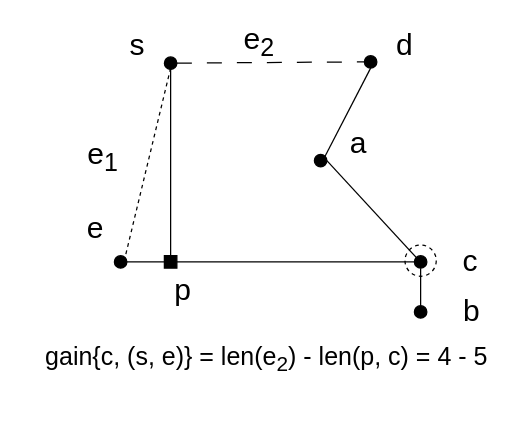
Earlier version of the draw.io diagram page "Homewrok7_4" (7 of 10) of images/ECE6133.drawio (1102131860/ECE6133). Source tidied: cells renumbered, new cells numbered last; positions are measured from the earlier drawing's top-left corner, leaving out a move shared by most shapes. Both pictures are drawn from the tidied source at 125%, with x=0, y=0 at pixel (22, 22).
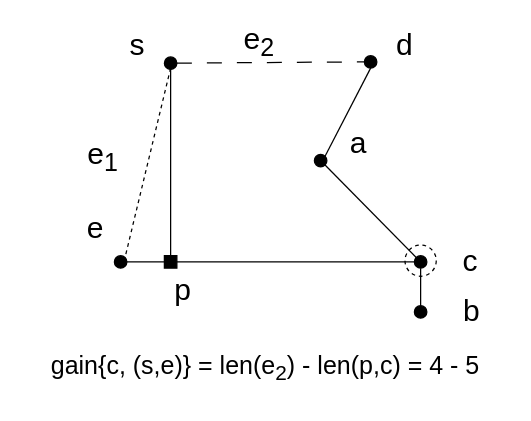
Above is the later version.

Unchanged cells that the change refers to:
```xml
<mxCell id="5" style="ellipse;whiteSpace=wrap;html=1;fillColor=#000000;" parent="1" vertex="1">
  <mxGeometry x="233" y="105" width="10" height="10" as="geometry" />
</mxCell>
<mxCell id="10" style="ellipse;whiteSpace=wrap;html=1;fillColor=#000000;" parent="1" vertex="1">
  <mxGeometry x="313" y="186" width="10" height="10" as="geometry" />
</mxCell>
```

What changed in the source:
```diff
@@
-    <mxCell id="2" style="endArrow=none;html=1;rounded=0;exitX=1;exitY=0.5;exitDx=0;exitDy=0;entryX=0;entryY=0;entryDx=0;entryDy=0;" parent="1" edge="1" source="5" target="10">
+    <mxCell id="2" style="endArrow=none;html=1;rounded=0;exitX=1;exitY=1;exitDx=0;exitDy=0;entryX=0;entryY=0;entryDx=0;entryDy=0;" parent="1" edge="1" source="5" target="10">
       <mxGeometry relative="1" as="geometry" />
     </mxCell>
@@
-    <mxCell id="20" value="&lt;font style=&quot;font-size: 20px;&quot;&gt;gain{c, (s, e)} = len(e&lt;sub style=&quot;&quot;&gt;2&lt;/sub&gt;) - len(p, c)&amp;nbsp;= 4 - 5&lt;/font&gt;" style="text;html=1;align=center;verticalAlign=middle;whiteSpace=wrap;rounded=0;" parent="1" vertex="1">
-      <mxGeometry y="243.5" width="390" height="50" as="geometry" />
+    <mxCell id="20" value="&lt;font style=&quot;font-size: 20px;&quot;&gt;gain{c, (s,e)} = len(e&lt;sub style=&quot;&quot;&gt;2&lt;/sub&gt;) - len(p,c)&amp;nbsp;= 4 - 5&lt;/font&gt;" style="text;html=1;align=center;verticalAlign=middle;whiteSpace=wrap;rounded=0;" parent="1" vertex="1">
+      <mxGeometry x="-1" y="251" width="390" height="50" as="geometry" />
     </mxCell>
```
